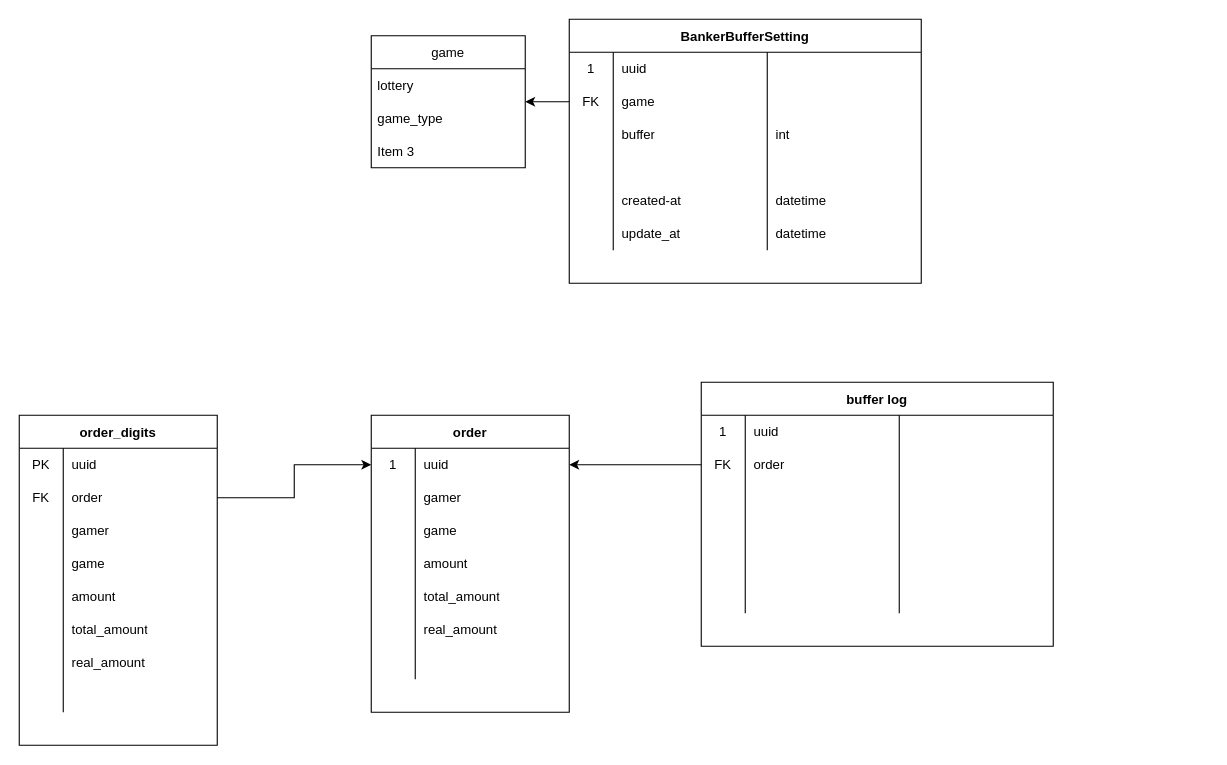
Above: page "ERD" (1 of 2) of Untitled Diagram.drawio in benntuecon/00 (draw.io), before the change. Source tidied: cells renumbered, new cells numbered last; positions are measured from the earlier drawing's top-left corner, leaving out a move shared by most shapes. Both pictures are drawn from the tidied source at 110%, with x=0, y=0 at pixel (19, 19).
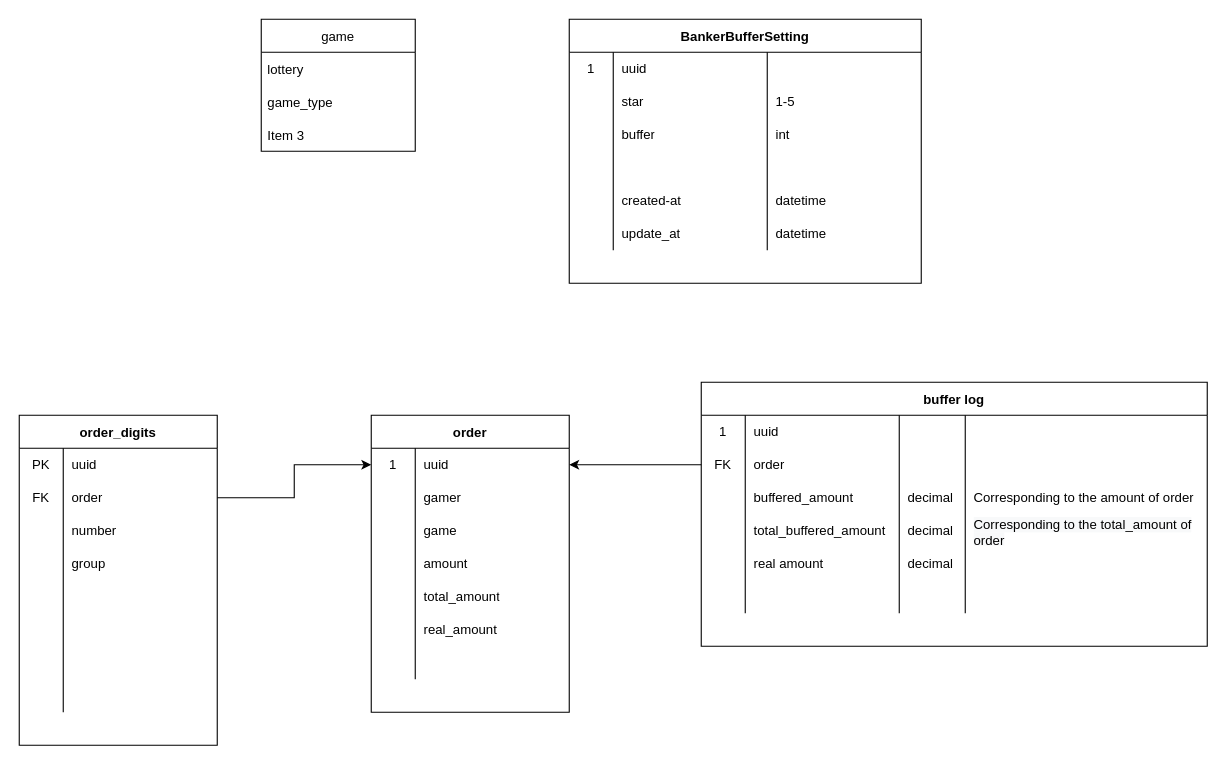
The same diagram, later.

The change refers to these unchanged cells:
```xml
<mxCell id="7" style="shape=tableRow;horizontal=0;startSize=0;swimlaneHead=0;swimlaneBody=0;top=0;left=0;bottom=0;right=0;fillColor=none;points=[[0,0.5],[1,0.5]];portConstraint=eastwest;" parent="2" vertex="1">
  <mxGeometry y="60" width="320" height="30" as="geometry" />
</mxCell>
<mxCell id="87" style="shape=tableRow;horizontal=0;startSize=0;swimlaneHead=0;swimlaneBody=0;top=0;left=0;bottom=0;right=0;fillColor=none;" parent="80" vertex="1">
  <mxGeometry y="90" width="180" height="30" as="geometry" />
</mxCell>
<mxCell id="90" style="shape=tableRow;horizontal=0;startSize=0;swimlaneHead=0;swimlaneBody=0;top=0;left=0;bottom=0;right=0;fillColor=none;" parent="80" vertex="1">
  <mxGeometry y="120" width="180" height="30" as="geometry" />
</mxCell>
<mxCell id="93" style="shape=tableRow;horizontal=0;startSize=0;swimlaneHead=0;swimlaneBody=0;top=0;left=0;bottom=0;right=0;fillColor=none;" parent="80" vertex="1">
  <mxGeometry y="150" width="180" height="30" as="geometry" />
</mxCell>
<mxCell id="96" style="shape=tableRow;horizontal=0;startSize=0;swimlaneHead=0;swimlaneBody=0;top=0;left=0;bottom=0;right=0;fillColor=none;" parent="80" vertex="1">
  <mxGeometry y="180" width="180" height="30" as="geometry" />
</mxCell>
<mxCell id="99" style="shape=tableRow;horizontal=0;startSize=0;swimlaneHead=0;swimlaneBody=0;top=0;left=0;bottom=0;right=0;fillColor=none;" parent="80" vertex="1">
  <mxGeometry y="210" width="180" height="30" as="geometry" />
</mxCell>
```

The edit, as a diff of the source:
```diff
@@
-    <mxCell id="8" value="FK" style="shape=partialRectangle;html=1;whiteSpace=wrap;fillColor=none;top=0;left=0;bottom=0;right=0;overflow=hidden;" parent="7" vertex="1">
+    <mxCell id="8" style="shape=partialRectangle;html=1;whiteSpace=wrap;fillColor=none;top=0;left=0;bottom=0;right=0;overflow=hidden;" parent="7" vertex="1">
       <mxGeometry width="40" height="30" as="geometry" />
     </mxCell>
-    <mxCell id="9" value="game" style="shape=partialRectangle;html=1;whiteSpace=wrap;fillColor=none;top=0;left=0;bottom=0;right=0;align=left;spacingLeft=6;overflow=hidden;" parent="7" vertex="1">
+    <mxCell id="9" value="star" style="shape=partialRectangle;html=1;whiteSpace=wrap;fillColor=none;top=0;left=0;bottom=0;right=0;align=left;spacingLeft=6;overflow=hidden;" parent="7" vertex="1">
       <mxGeometry x="40" width="140" height="30" as="geometry" />
     </mxCell>
-    <mxCell id="10" style="shape=partialRectangle;html=1;whiteSpace=wrap;fillColor=none;top=0;left=0;bottom=0;right=0;align=left;spacingLeft=6;overflow=hidden;" parent="7" vertex="1">
+    <mxCell id="10" value="1-5" style="shape=partialRectangle;html=1;whiteSpace=wrap;fillColor=none;top=0;left=0;bottom=0;right=0;align=left;spacingLeft=6;overflow=hidden;" parent="7" vertex="1">
       <mxGeometry x="180" width="140" height="30" as="geometry" />
     </mxCell>
@@
-    <mxCell id="27" style="edgeStyle=orthogonalEdgeStyle;rounded=0;jettySize=auto;html=1;" parent="1" edge="1" source="7" target="28">
-      <mxGeometry relative="1" as="geometry" />
-    </mxCell>
     <mxCell id="28" value="game" style="swimlane;fontStyle=0;horizontal=1;startSize=30;" parent="1" vertex="1">
-      <mxGeometry x="320" y="15" width="140" height="120" as="geometry" />
+      <mxGeometry x="220" width="140" height="120" as="geometry" />
     </mxCell>
@@
     <mxCell id="54" value="buffer log" style="shape=table;startSize=30;childLayout=tableLayout;rowLines=0;fontStyle=1;" parent="1" vertex="1">
-      <mxGeometry x="620" y="330" width="320" height="240" as="geometry" />
+      <mxGeometry x="620" y="330" width="460" height="240" as="geometry" />
     </mxCell>
     <mxCell id="55" style="shape=tableRow;horizontal=0;startSize=0;swimlaneHead=0;swimlaneBody=0;top=0;left=0;bottom=0;right=0;fillColor=none;" parent="54" vertex="1">
-      <mxGeometry y="30" width="320" height="30" as="geometry" />
+      <mxGeometry y="30" width="460" height="30" as="geometry" />
     </mxCell>
@@
     <mxCell id="58" style="shape=partialRectangle;html=1;whiteSpace=wrap;fillColor=none;top=0;left=0;bottom=0;right=0;align=left;spacingLeft=6;overflow=hidden;" parent="55" vertex="1">
-      <mxGeometry x="180" width="140" height="30" as="geometry" />
+      <mxGeometry x="180" width="60" height="30" as="geometry" />
     </mxCell>
+    <mxCell id="106" style="shape=partialRectangle;html=1;whiteSpace=wrap;fillColor=none;top=0;left=0;bottom=0;right=0;align=left;spacingLeft=6;overflow=hidden;" parent="55" vertex="1">
+      <mxGeometry x="240" width="220" height="30" as="geometry" />
+    </mxCell>
     <mxCell id="59" style="shape=tableRow;horizontal=0;startSize=0;swimlaneHead=0;swimlaneBody=0;top=0;left=0;bottom=0;right=0;fillColor=none;points=[[0,0.5],[1,0.5]];portConstraint=eastwest;" parent="54" vertex="1">
-      <mxGeometry y="60" width="320" height="30" as="geometry" />
+      <mxGeometry y="60" width="460" height="30" as="geometry" />
     </mxCell>
@@
     <mxCell id="62" style="shape=partialRectangle;html=1;whiteSpace=wrap;fillColor=none;top=0;left=0;bottom=0;right=0;align=left;spacingLeft=6;overflow=hidden;" parent="59" vertex="1">
-      <mxGeometry x="180" width="140" height="30" as="geometry" />
+      <mxGeometry x="180" width="60" height="30" as="geometry" />
     </mxCell>
+    <mxCell id="107" style="shape=partialRectangle;html=1;whiteSpace=wrap;fillColor=none;top=0;left=0;bottom=0;right=0;align=left;spacingLeft=6;overflow=hidden;" parent="59" vertex="1">
+      <mxGeometry x="240" width="220" height="30" as="geometry" />
+    </mxCell>
     <mxCell id="63" style="shape=tableRow;horizontal=0;startSize=0;swimlaneHead=0;swimlaneBody=0;top=0;left=0;bottom=0;right=0;fillColor=none;" parent="54" vertex="1">
-      <mxGeometry y="90" width="320" height="30" as="geometry" />
+      <mxGeometry y="90" width="460" height="30" as="geometry" />
     </mxCell>
@@
-    <mxCell id="65" style="shape=partialRectangle;html=1;whiteSpace=wrap;fillColor=none;top=0;left=0;bottom=0;right=0;align=left;spacingLeft=6;overflow=hidden;" parent="63" vertex="1">
+    <mxCell id="65" value="buffered_amount" style="shape=partialRectangle;html=1;whiteSpace=wrap;fillColor=none;top=0;left=0;bottom=0;right=0;align=left;spacingLeft=6;overflow=hidden;" parent="63" vertex="1">
       <mxGeometry x="40" width="140" height="30" as="geometry" />
     </mxCell>
-    <mxCell id="66" style="shape=partialRectangle;html=1;whiteSpace=wrap;fillColor=none;top=0;left=0;bottom=0;right=0;align=left;spacingLeft=6;overflow=hidden;" parent="63" vertex="1">
-      <mxGeometry x="180" width="140" height="30" as="geometry" />
+    <mxCell id="66" value="decimal" style="shape=partialRectangle;html=1;whiteSpace=wrap;fillColor=none;top=0;left=0;bottom=0;right=0;align=left;spacingLeft=6;overflow=hidden;" parent="63" vertex="1">
+      <mxGeometry x="180" width="60" height="30" as="geometry" />
     </mxCell>
+    <mxCell id="108" value="Corresponding to the amount of order" style="shape=partialRectangle;html=1;whiteSpace=wrap;fillColor=none;top=0;left=0;bottom=0;right=0;align=left;spacingLeft=6;overflow=hidden;" parent="63" vertex="1">
+      <mxGeometry x="240" width="220" height="30" as="geometry" />
+    </mxCell>
     <mxCell id="67" style="shape=tableRow;horizontal=0;startSize=0;swimlaneHead=0;swimlaneBody=0;top=0;left=0;bottom=0;right=0;fillColor=none;" parent="54" vertex="1">
-      <mxGeometry y="120" width="320" height="30" as="geometry" />
+      <mxGeometry y="120" width="460" height="30" as="geometry" />
     </mxCell>
@@
-    <mxCell id="69" style="shape=partialRectangle;html=1;whiteSpace=wrap;fillColor=none;top=0;left=0;bottom=0;right=0;align=left;spacingLeft=6;overflow=hidden;" parent="67" vertex="1">
+    <mxCell id="69" value="total_buffered_amount" style="shape=partialRectangle;html=1;whiteSpace=wrap;fillColor=none;top=0;left=0;bottom=0;right=0;align=left;spacingLeft=6;overflow=hidden;" parent="67" vertex="1">
       <mxGeometry x="40" width="140" height="30" as="geometry" />
     </mxCell>
-    <mxCell id="70" style="shape=partialRectangle;html=1;whiteSpace=wrap;fillColor=none;top=0;left=0;bottom=0;right=0;align=left;spacingLeft=6;overflow=hidden;" parent="67" vertex="1">
-      <mxGeometry x="180" width="140" height="30" as="geometry" />
+    <mxCell id="70" value="&lt;span style=&quot;&quot;&gt;decimal&lt;/span&gt;" style="shape=partialRectangle;html=1;whiteSpace=wrap;fillColor=none;top=0;left=0;bottom=0;right=0;align=left;spacingLeft=6;overflow=hidden;" parent="67" vertex="1">
+      <mxGeometry x="180" width="60" height="30" as="geometry" />
     </mxCell>
+    <mxCell id="109" value="&lt;span style=&quot;color: rgb(0, 0, 0); font-family: Helvetica; font-size: 12px; font-style: normal; font-variant-ligatures: normal; font-variant-caps: normal; font-weight: 400; letter-spacing: normal; orphans: 2; text-align: left; text-indent: 0px; text-transform: none; widows: 2; word-spacing: 0px; -webkit-text-stroke-width: 0px; background-color: rgb(248, 249, 250); text-decoration-thickness: initial; text-decoration-style: initial; text-decoration-color: initial; float: none; display: inline !important;&quot;&gt;Corresponding to the total_amount of order&lt;/span&gt;" style="shape=partialRectangle;html=1;whiteSpace=wrap;fillColor=none;top=0;left=0;bottom=0;right=0;align=left;spacingLeft=6;overflow=hidden;" parent="67" vertex="1">
+      <mxGeometry x="240" width="220" height="30" as="geometry" />
+    </mxCell>
     <mxCell id="71" style="shape=tableRow;horizontal=0;startSize=0;swimlaneHead=0;swimlaneBody=0;top=0;left=0;bottom=0;right=0;fillColor=none;" parent="54" vertex="1">
-      <mxGeometry y="150" width="320" height="30" as="geometry" />
+      <mxGeometry y="150" width="460" height="30" as="geometry" />
     </mxCell>
@@
-    <mxCell id="73" style="shape=partialRectangle;html=1;whiteSpace=wrap;fillColor=none;top=0;left=0;bottom=0;right=0;align=left;spacingLeft=6;overflow=hidden;" parent="71" vertex="1">
+    <mxCell id="73" value="real amount&amp;nbsp;" style="shape=partialRectangle;html=1;whiteSpace=wrap;fillColor=none;top=0;left=0;bottom=0;right=0;align=left;spacingLeft=6;overflow=hidden;" parent="71" vertex="1">
       <mxGeometry x="40" width="140" height="30" as="geometry" />
     </mxCell>
-    <mxCell id="74" style="shape=partialRectangle;html=1;whiteSpace=wrap;fillColor=none;top=0;left=0;bottom=0;right=0;align=left;spacingLeft=6;overflow=hidden;" parent="71" vertex="1">
-      <mxGeometry x="180" width="140" height="30" as="geometry" />
+    <mxCell id="74" value="&lt;span style=&quot;&quot;&gt;decimal&lt;/span&gt;" style="shape=partialRectangle;html=1;whiteSpace=wrap;fillColor=none;top=0;left=0;bottom=0;right=0;align=left;spacingLeft=6;overflow=hidden;" parent="71" vertex="1">
+      <mxGeometry x="180" width="60" height="30" as="geometry" />
     </mxCell>
+    <mxCell id="110" style="shape=partialRectangle;html=1;whiteSpace=wrap;fillColor=none;top=0;left=0;bottom=0;right=0;align=left;spacingLeft=6;overflow=hidden;" parent="71" vertex="1">
+      <mxGeometry x="240" width="220" height="30" as="geometry" />
+    </mxCell>
     <mxCell id="75" style="shape=tableRow;horizontal=0;startSize=0;swimlaneHead=0;swimlaneBody=0;top=0;left=0;bottom=0;right=0;fillColor=none;" parent="54" vertex="1">
-      <mxGeometry y="180" width="320" height="30" as="geometry" />
+      <mxGeometry y="180" width="460" height="30" as="geometry" />
     </mxCell>
@@
     <mxCell id="78" style="shape=partialRectangle;html=1;whiteSpace=wrap;fillColor=none;top=0;left=0;bottom=0;right=0;align=left;spacingLeft=6;overflow=hidden;" parent="75" vertex="1">
-      <mxGeometry x="180" width="140" height="30" as="geometry" />
+      <mxGeometry x="180" width="60" height="30" as="geometry" />
     </mxCell>
+    <mxCell id="111" style="shape=partialRectangle;html=1;whiteSpace=wrap;fillColor=none;top=0;left=0;bottom=0;right=0;align=left;spacingLeft=6;overflow=hidden;" parent="75" vertex="1">
+      <mxGeometry x="240" width="220" height="30" as="geometry" />
+    </mxCell>
@@
-    <mxCell id="89" value="gamer" style="shape=partialRectangle;html=1;whiteSpace=wrap;fillColor=none;top=0;left=0;bottom=0;right=0;align=left;spacingLeft=6;overflow=hidden;" parent="87" vertex="1">
+    <mxCell id="89" value="number" style="shape=partialRectangle;html=1;whiteSpace=wrap;fillColor=none;top=0;left=0;bottom=0;right=0;align=left;spacingLeft=6;overflow=hidden;" parent="87" vertex="1">
       <mxGeometry x="40" width="140" height="30" as="geometry" />
     </mxCell>
@@
-    <mxCell id="92" value="game" style="shape=partialRectangle;html=1;whiteSpace=wrap;fillColor=none;top=0;left=0;bottom=0;right=0;align=left;spacingLeft=6;overflow=hidden;" parent="90" vertex="1">
+    <mxCell id="92" value="group" style="shape=partialRectangle;html=1;whiteSpace=wrap;fillColor=none;top=0;left=0;bottom=0;right=0;align=left;spacingLeft=6;overflow=hidden;" parent="90" vertex="1">
       <mxGeometry x="40" width="140" height="30" as="geometry" />
     </mxCell>
@@
-    <mxCell id="95" value="amount" style="shape=partialRectangle;html=1;whiteSpace=wrap;fillColor=none;top=0;left=0;bottom=0;right=0;align=left;spacingLeft=6;overflow=hidden;" parent="93" vertex="1">
+    <mxCell id="95" style="shape=partialRectangle;html=1;whiteSpace=wrap;fillColor=none;top=0;left=0;bottom=0;right=0;align=left;spacingLeft=6;overflow=hidden;" parent="93" vertex="1">
       <mxGeometry x="40" width="140" height="30" as="geometry" />
     </mxCell>
@@
-    <mxCell id="98" value="total_amount" style="shape=partialRectangle;html=1;whiteSpace=wrap;fillColor=none;top=0;left=0;bottom=0;right=0;align=left;spacingLeft=6;overflow=hidden;" parent="96" vertex="1">
+    <mxCell id="98" style="shape=partialRectangle;html=1;whiteSpace=wrap;fillColor=none;top=0;left=0;bottom=0;right=0;align=left;spacingLeft=6;overflow=hidden;" parent="96" vertex="1">
       <mxGeometry x="40" width="140" height="30" as="geometry" />
     </mxCell>
@@
-    <mxCell id="101" value="real_amount" style="shape=partialRectangle;html=1;whiteSpace=wrap;fillColor=none;top=0;left=0;bottom=0;right=0;align=left;spacingLeft=6;overflow=hidden;" parent="99" vertex="1">
+    <mxCell id="101" style="shape=partialRectangle;html=1;whiteSpace=wrap;fillColor=none;top=0;left=0;bottom=0;right=0;align=left;spacingLeft=6;overflow=hidden;" parent="99" vertex="1">
       <mxGeometry x="40" width="140" height="30" as="geometry" />
     </mxCell>
```
